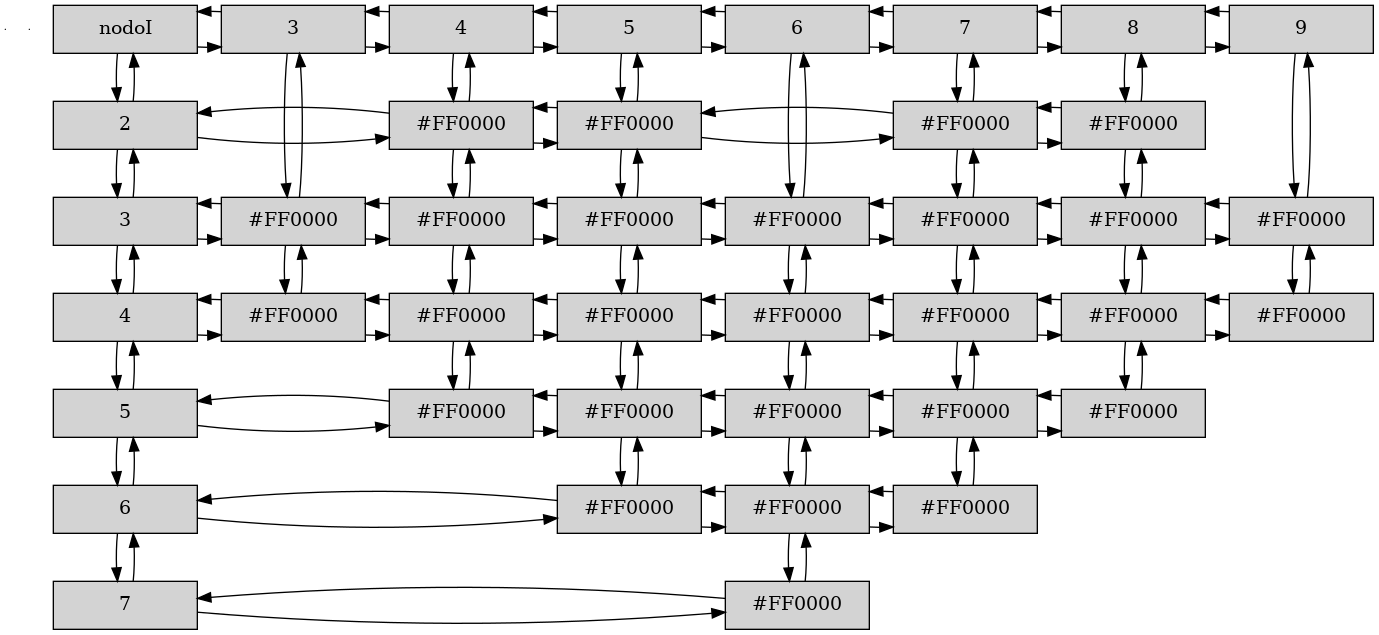
Earlier version of the Graphviz export GeneradorFiguras/CapaSolicitada.png (froi0409/GeneradorImagenes). Its source is kept beside it as GeneradorFiguras/CapaSolicitada.dot.
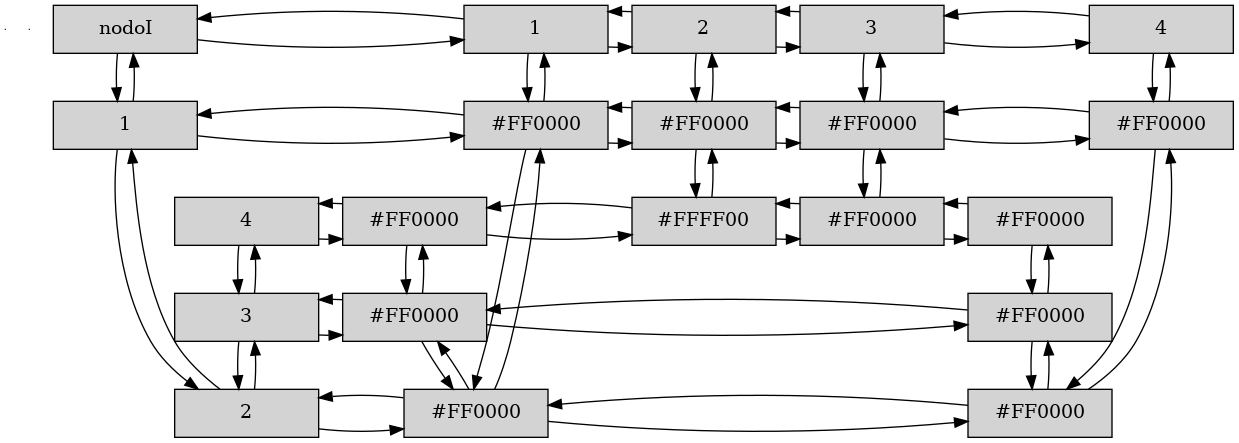
After the commit.

Diff of the diagram source:
```diff
@@ -4,208 +4,107 @@
 e1[ shape = point, width = 0 ];
 subgraph cluster_1 {
 nodo0o0 [ label ="nodoI", width = 1.5, style = filled, group = 1 ];
+nodo0o1 [ label ="1", width = 1.5, style = filled, group = 1 ];
 nodo0o2 [ label ="2", width = 1.5, style = filled, group = 1 ];
 nodo0o3 [ label ="3", width = 1.5, style = filled, group = 1 ];
 nodo0o4 [ label ="4", width = 1.5, style = filled, group = 1 ];
-nodo0o5 [ label ="5", width = 1.5, style = filled, group = 1 ];
-nodo0o6 [ label ="6", width = 1.5, style = filled, group = 1 ];
-nodo0o7 [ label ="7", width = 1.5, style = filled, group = 1 ];
 color="White";
 }
 subgraph cluster_2 {
-nodo3o0 [ label ="3", width = 1.5, style = filled, group = 2 ];
-nodo3o3 [ label ="#FF0000", width = 1.5, style = filled, group = 2 ];
-nodo3o4 [ label ="#FF0000", width = 1.5, style = filled, group = 2 ];
+nodo1o0 [ label ="1", width = 1.5, style = filled, group = 2 ];
+nodo1o1 [ label ="#FF0000", width = 1.5, style = filled, group = 2 ];
+nodo1o2 [ label ="#FF0000", width = 1.5, style = filled, group = 2 ];
+nodo1o3 [ label ="#FF0000", width = 1.5, style = filled, group = 2 ];
+nodo1o4 [ label ="#FF0000", width = 1.5, style = filled, group = 2 ];
 color="White";
 }
 subgraph cluster_3 {
-nodo4o0 [ label ="4", width = 1.5, style = filled, group = 3 ];
-nodo4o2 [ label ="#FF0000", width = 1.5, style = filled, group = 3 ];
-nodo4o3 [ label ="#FF0000", width = 1.5, style = filled, group = 3 ];
-nodo4o4 [ label ="#FF0000", width = 1.5, style = filled, group = 3 ];
-nodo4o5 [ label ="#FF0000", width = 1.5, style = filled, group = 3 ];
+nodo2o0 [ label ="2", width = 1.5, style = filled, group = 3 ];
+nodo2o1 [ label ="#FF0000", width = 1.5, style = filled, group = 3 ];
+nodo2o4 [ label ="#FFFF00", width = 1.5, style = filled, group = 3 ];
 color="White";
 }
 subgraph cluster_4 {
-nodo5o0 [ label ="5", width = 1.5, style = filled, group = 4 ];
-nodo5o2 [ label ="#FF0000", width = 1.5, style = filled, group = 4 ];
-nodo5o3 [ label ="#FF0000", width = 1.5, style = filled, group = 4 ];
-nodo5o4 [ label ="#FF0000", width = 1.5, style = filled, group = 4 ];
-nodo5o5 [ label ="#FF0000", width = 1.5, style = filled, group = 4 ];
-nodo5o6 [ label ="#FF0000", width = 1.5, style = filled, group = 4 ];
+nodo3o0 [ label ="3", width = 1.5, style = filled, group = 4 ];
+nodo3o1 [ label ="#FF0000", width = 1.5, style = filled, group = 4 ];
+nodo3o4 [ label ="#FF0000", width = 1.5, style = filled, group = 4 ];
 color="White";
 }
 subgraph cluster_5 {
-nodo6o0 [ label ="6", width = 1.5, style = filled, group = 5 ];
-nodo6o3 [ label ="#FF0000", width = 1.5, style = filled, group = 5 ];
-nodo6o4 [ label ="#FF0000", width = 1.5, style = filled, group = 5 ];
-nodo6o5 [ label ="#FF0000", width = 1.5, style = filled, group = 5 ];
-nodo6o6 [ label ="#FF0000", width = 1.5, style = filled, group = 5 ];
-nodo6o7 [ label ="#FF0000", width = 1.5, style = filled, group = 5 ];
+nodo4o0 [ label ="4", width = 1.5, style = filled, group = 5 ];
+nodo4o1 [ label ="#FF0000", width = 1.5, style = filled, group = 5 ];
+nodo4o2 [ label ="#FF0000", width = 1.5, style = filled, group = 5 ];
+nodo4o3 [ label ="#FF0000", width = 1.5, style = filled, group = 5 ];
+nodo4o4 [ label ="#FF0000", width = 1.5, style = filled, group = 5 ];
 color="White";
 }
-subgraph cluster_6 {
-nodo7o0 [ label ="7", width = 1.5, style = filled, group = 6 ];
-nodo7o2 [ label ="#FF0000", width = 1.5, style = filled, group = 6 ];
-nodo7o3 [ label ="#FF0000", width = 1.5, style = filled, group = 6 ];
-nodo7o4 [ label ="#FF0000", width = 1.5, style = filled, group = 6 ];
-nodo7o5 [ label ="#FF0000", width = 1.5, style = filled, group = 6 ];
-nodo7o6 [ label ="#FF0000", width = 1.5, style = filled, group = 6 ];
-color="White";
-}
-subgraph cluster_7 {
-nodo8o0 [ label ="8", width = 1.5, style = filled, group = 7 ];
-nodo8o2 [ label ="#FF0000", width = 1.5, style = filled, group = 7 ];
-nodo8o3 [ label ="#FF0000", width = 1.5, style = filled, group = 7 ];
-nodo8o4 [ label ="#FF0000", width = 1.5, style = filled, group = 7 ];
-nodo8o5 [ label ="#FF0000", width = 1.5, style = filled, group = 7 ];
-color="White";
-}
-subgraph cluster_8 {
-nodo9o0 [ label ="9", width = 1.5, style = filled, group = 8 ];
-nodo9o3 [ label ="#FF0000", width = 1.5, style = filled, group = 8 ];
-nodo9o4 [ label ="#FF0000", width = 1.5, style = filled, group = 8 ];
-color="White";
-}
-nodo0o0->nodo3o0
-nodo0o0->nodo0o2
-nodo3o0->nodo0o0
+nodo0o0->nodo1o0
+nodo0o0->nodo0o1
+nodo1o0->nodo0o0
+nodo1o0->nodo2o0
+nodo1o0->nodo1o1
+nodo2o0->nodo1o0
+nodo2o0->nodo3o0
+nodo2o0->nodo2o1
+nodo3o0->nodo2o0
 nodo3o0->nodo4o0
-nodo3o0->nodo3o3
+nodo3o0->nodo3o1
 nodo4o0->nodo3o0
-nodo4o0->nodo5o0
-nodo4o0->nodo4o2
-nodo5o0->nodo4o0
-nodo5o0->nodo6o0
-nodo5o0->nodo5o2
-nodo6o0->nodo5o0
-nodo6o0->nodo7o0
-nodo6o0->nodo6o3
-nodo7o0->nodo6o0
-nodo7o0->nodo8o0
-nodo7o0->nodo7o2
-nodo8o0->nodo7o0
-nodo8o0->nodo9o0
-nodo8o0->nodo8o2
-nodo9o0->nodo8o0
-nodo9o0->nodo9o3
-{ rank = same; nodo0o0; nodo3o0; nodo4o0; nodo5o0; nodo6o0; nodo7o0; nodo8o0; nodo9o0;  };
-nodo0o2->nodo0o0
-nodo0o2->nodo4o2
+nodo4o0->nodo4o1
+{ rank = same; nodo0o0; nodo1o0; nodo2o0; nodo3o0; nodo4o0;  };
+nodo0o1->nodo0o0
+nodo0o1->nodo1o1
+nodo0o1->nodo0o2
+nodo1o1->nodo0o1
+nodo1o1->nodo1o0
+nodo1o1->nodo2o1
+nodo1o1->nodo1o2
+nodo2o1->nodo1o1
+nodo2o1->nodo2o0
+nodo2o1->nodo3o1
+nodo2o1->nodo2o4
+nodo3o1->nodo2o1
+nodo3o1->nodo3o0
+nodo3o1->nodo4o1
+nodo3o1->nodo3o4
+nodo4o1->nodo3o1
+nodo4o1->nodo4o0
+nodo4o1->nodo4o2
+{ rank = same; nodo0o1; nodo1o1; nodo2o1; nodo3o1; nodo4o1;  };
+nodo0o2->nodo0o1
+nodo0o2->nodo1o2
 nodo0o2->nodo0o3
-nodo4o2->nodo0o2
-nodo4o2->nodo4o0
-nodo4o2->nodo5o2
+nodo1o2->nodo0o2
+nodo1o2->nodo1o1
+nodo1o2->nodo4o2
+nodo1o2->nodo1o3
+nodo4o2->nodo1o2
+nodo4o2->nodo4o1
 nodo4o2->nodo4o3
-nodo5o2->nodo4o2
-nodo5o2->nodo5o0
-nodo5o2->nodo7o2
-nodo5o2->nodo5o3
-nodo7o2->nodo5o2
-nodo7o2->nodo7o0
-nodo7o2->nodo8o2
-nodo7o2->nodo7o3
-nodo8o2->nodo7o2
-nodo8o2->nodo8o0
-nodo8o2->nodo8o3
-{ rank = same; nodo0o2; nodo4o2; nodo5o2; nodo7o2; nodo8o2;  };
+{ rank = same; nodo0o2; nodo1o2; nodo4o2;  };
 nodo0o3->nodo0o2
-nodo0o3->nodo3o3
+nodo0o3->nodo1o3
 nodo0o3->nodo0o4
-nodo3o3->nodo0o3
-nodo3o3->nodo3o0
-nodo3o3->nodo4o3
-nodo3o3->nodo3o4
-nodo4o3->nodo3o3
+nodo1o3->nodo0o3
+nodo1o3->nodo1o2
+nodo1o3->nodo4o3
+nodo1o3->nodo1o4
+nodo4o3->nodo1o3
 nodo4o3->nodo4o2
-nodo4o3->nodo5o3
 nodo4o3->nodo4o4
-nodo5o3->nodo4o3
-nodo5o3->nodo5o2
-nodo5o3->nodo6o3
-nodo5o3->nodo5o4
-nodo6o3->nodo5o3
-nodo6o3->nodo6o0
-nodo6o3->nodo7o3
-nodo6o3->nodo6o4
-nodo7o3->nodo6o3
-nodo7o3->nodo7o2
-nodo7o3->nodo8o3
-nodo7o3->nodo7o4
-nodo8o3->nodo7o3
-nodo8o3->nodo8o2
-nodo8o3->nodo9o3
-nodo8o3->nodo8o4
-nodo9o3->nodo8o3
-nodo9o3->nodo9o0
-nodo9o3->nodo9o4
-{ rank = same; nodo0o3; nodo3o3; nodo4o3; nodo5o3; nodo6o3; nodo7o3; nodo8o3; nodo9o3;  };
+{ rank = same; nodo0o3; nodo1o3; nodo4o3;  };
 nodo0o4->nodo0o3
-nodo0o4->nodo3o4
-nodo0o4->nodo0o5
-nodo3o4->nodo0o4
-nodo3o4->nodo3o3
+nodo0o4->nodo1o4
+nodo1o4->nodo0o4
+nodo1o4->nodo1o3
+nodo1o4->nodo2o4
+nodo2o4->nodo1o4
+nodo2o4->nodo2o1
+nodo2o4->nodo3o4
+nodo3o4->nodo2o4
+nodo3o4->nodo3o1
 nodo3o4->nodo4o4
 nodo4o4->nodo3o4
 nodo4o4->nodo4o3
-nodo4o4->nodo5o4
-nodo4o4->nodo4o5
-nodo5o4->nodo4o4
-nodo5o4->nodo5o3
-nodo5o4->nodo6o4
-nodo5o4->nodo5o5
-nodo6o4->nodo5o4
-nodo6o4->nodo6o3
-nodo6o4->nodo7o4
-nodo6o4->nodo6o5
-nodo7o4->nodo6o4
-nodo7o4->nodo7o3
-nodo7o4->nodo8o4
-nodo7o4->nodo7o5
-nodo8o4->nodo7o4
-nodo8o4->nodo8o3
-nodo8o4->nodo9o4
-nodo8o4->nodo8o5
-nodo9o4->nodo8o4
-nodo9o4->nodo9o3
-{ rank = same; nodo0o4; nodo3o4; nodo4o4; nodo5o4; nodo6o4; nodo7o4; nodo8o4; nodo9o4;  };
-nodo0o5->nodo0o4
-nodo0o5->nodo4o5
-nodo0o5->nodo0o6
-nodo4o5->nodo0o5
-nodo4o5->nodo4o4
-nodo4o5->nodo5o5
-nodo5o5->nodo4o5
-nodo5o5->nodo5o4
-nodo5o5->nodo6o5
-nodo5o5->nodo5o6
-nodo6o5->nodo5o5
-nodo6o5->nodo6o4
-nodo6o5->nodo7o5
-nodo6o5->nodo6o6
-nodo7o5->nodo6o5
-nodo7o5->nodo7o4
-nodo7o5->nodo8o5
-nodo7o5->nodo7o6
-nodo8o5->nodo7o5
-nodo8o5->nodo8o4
-{ rank = same; nodo0o5; nodo4o5; nodo5o5; nodo6o5; nodo7o5; nodo8o5;  };
-nodo0o6->nodo0o5
-nodo0o6->nodo5o6
-nodo0o6->nodo0o7
-nodo5o6->nodo0o6
-nodo5o6->nodo5o5
-nodo5o6->nodo6o6
-nodo6o6->nodo5o6
-nodo6o6->nodo6o5
-nodo6o6->nodo7o6
-nodo6o6->nodo6o7
-nodo7o6->nodo6o6
-nodo7o6->nodo7o5
-{ rank = same; nodo0o6; nodo5o6; nodo6o6; nodo7o6;  };
-nodo0o7->nodo0o6
-nodo0o7->nodo6o7
-nodo6o7->nodo0o7
-nodo6o7->nodo6o6
-{ rank = same; nodo0o7; nodo6o7;  };
+{ rank = same; nodo0o4; nodo1o4; nodo2o4; nodo3o4; nodo4o4;  };
 }
```
